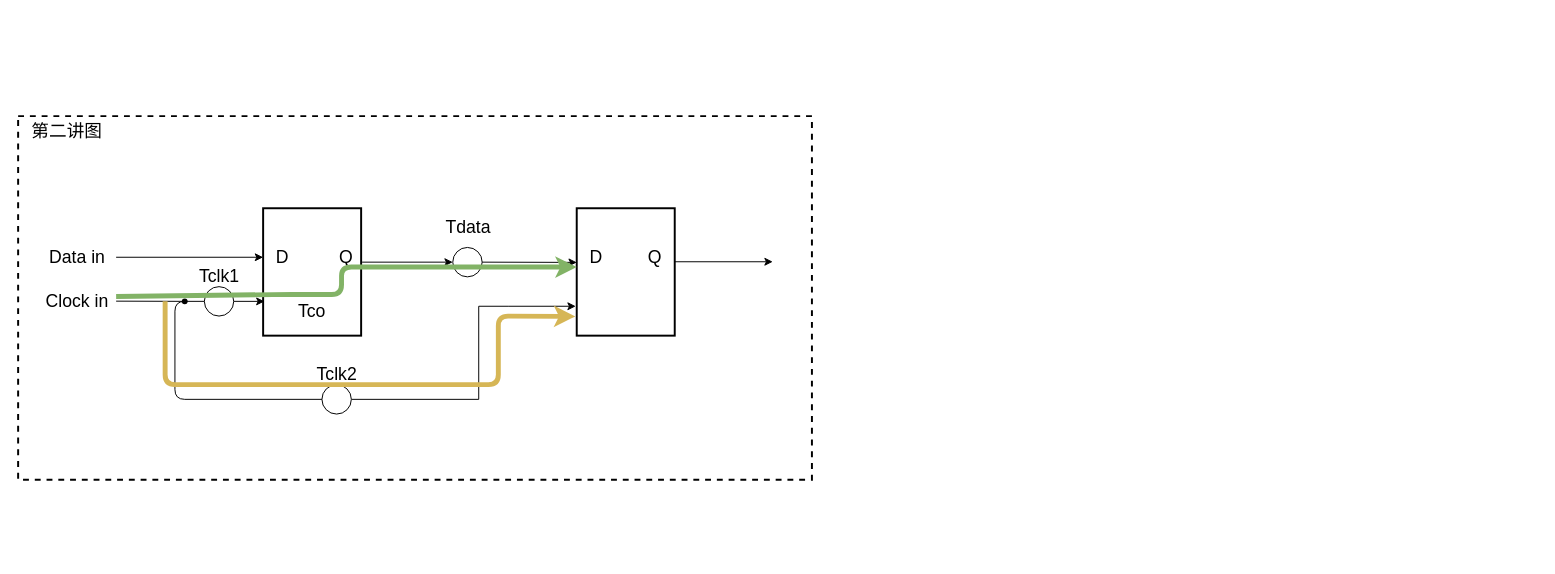
Earlier version of the draw.io diagram FPGA timing constraints .drawio (Katharine-0331/files). Source tidied: cells renumbered, new cells numbered last; positions are measured from the earlier drawing's top-left corner, leaving out a move shared by most shapes. Both pictures are drawn from the tidied source at 98%, with x=0, y=0 at pixel (18, 116).
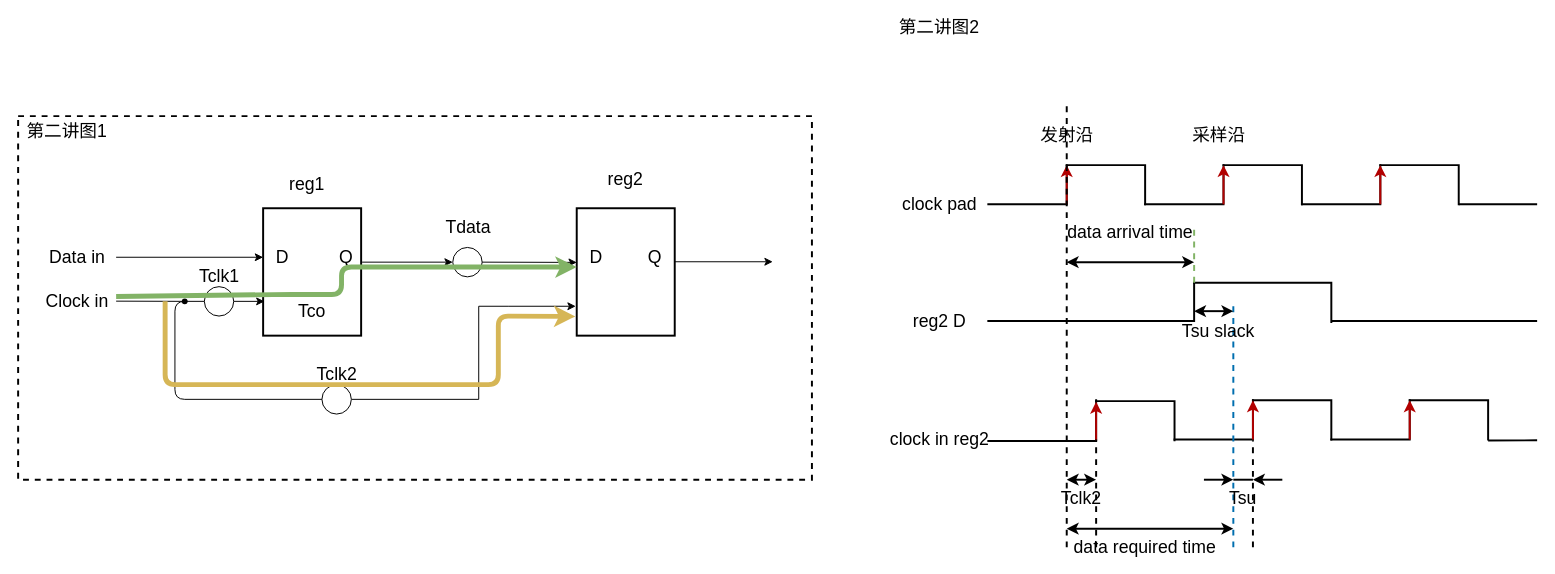
After the change.

The edit, as a diff of the source:
```diff
@@
-    <mxCell id="29" value="第二讲图" style="text;html=1;strokeColor=none;fillColor=none;align=center;verticalAlign=middle;whiteSpace=wrap;rounded=0;dashed=1;fontSize=18;" parent="1" vertex="1">
+    <mxCell id="29" value="第二讲图1" style="text;html=1;strokeColor=none;fillColor=none;align=center;verticalAlign=middle;whiteSpace=wrap;rounded=0;dashed=1;fontSize=18;" parent="1" vertex="1">
       <mxGeometry x="5" y="6" width="90" height="20" as="geometry" />
     </mxCell>
+    <mxCell id="30" value="第二讲图2" style="text;html=1;strokeColor=none;fillColor=none;align=center;verticalAlign=middle;whiteSpace=wrap;rounded=0;dashed=1;fontSize=18;" parent="1" vertex="1">
+      <mxGeometry x="895" y="-100" width="90" height="20" as="geometry" />
+    </mxCell>
+    <mxCell id="31" style="shape=partialRectangle;whiteSpace=wrap;html=1;top=0;left=0;fillColor=none;fontSize=18;strokeWidth=2;" parent="1" vertex="1">
+      <mxGeometry x="990" y="50" width="80" height="40" as="geometry" />
+    </mxCell>
+    <mxCell id="32" style="shape=partialRectangle;whiteSpace=wrap;html=1;bottom=0;right=0;fillColor=none;fontSize=18;strokeWidth=2;flipH=1;" parent="1" vertex="1">
+      <mxGeometry x="1070" y="50" width="80" height="40" as="geometry" />
+    </mxCell>
+    <mxCell id="33" style="shape=partialRectangle;whiteSpace=wrap;html=1;top=0;left=0;fillColor=none;fontSize=18;strokeWidth=2;" parent="1" vertex="1">
+      <mxGeometry x="1150" y="50" width="80" height="40" as="geometry" />
+    </mxCell>
+    <mxCell id="34" style="shape=partialRectangle;whiteSpace=wrap;html=1;top=0;left=0;fillColor=none;fontSize=18;strokeWidth=2;flipV=1;" parent="1" vertex="1">
+      <mxGeometry x="1230" y="50" width="80" height="40" as="geometry" />
+    </mxCell>
+    <mxCell id="35" style="shape=partialRectangle;whiteSpace=wrap;html=1;top=0;left=0;fillColor=none;fontSize=18;strokeWidth=2;" parent="1" vertex="1">
+      <mxGeometry x="1310" y="50" width="80" height="40" as="geometry" />
+    </mxCell>
+    <mxCell id="36" style="shape=partialRectangle;whiteSpace=wrap;html=1;top=0;left=0;fillColor=none;fontSize=18;strokeWidth=2;flipV=1;" parent="1" vertex="1">
+      <mxGeometry x="1390" y="50" width="80" height="40" as="geometry" />
+    </mxCell>
+    <mxCell id="37" style="endArrow=none;html=1;fontSize=18;strokeWidth=2;" parent="1" edge="1">
+      <mxGeometry relative="1" as="geometry">
+        <mxPoint x="1470" y="90" as="sourcePoint" />
+        <mxPoint x="1550" y="90" as="targetPoint" />
+      </mxGeometry>
+    </mxCell>
+    <mxCell id="38" style="shape=partialRectangle;whiteSpace=wrap;html=1;top=0;left=0;fillColor=none;fontSize=18;strokeWidth=2;" parent="1" vertex="1">
+      <mxGeometry x="990" y="290" width="110" height="41.5" as="geometry" />
+    </mxCell>
+    <mxCell id="39" style="shape=partialRectangle;whiteSpace=wrap;html=1;bottom=0;right=0;fillColor=none;fontSize=18;strokeWidth=2;flipH=1;" parent="1" vertex="1">
+      <mxGeometry x="1100" y="290.8" width="80" height="40" as="geometry" />
+    </mxCell>
+    <mxCell id="40" style="shape=partialRectangle;whiteSpace=wrap;html=1;top=0;left=0;fillColor=none;fontSize=18;strokeWidth=2;" parent="1" vertex="1">
+      <mxGeometry x="1180" y="290" width="80" height="40" as="geometry" />
+    </mxCell>
+    <mxCell id="41" style="shape=partialRectangle;whiteSpace=wrap;html=1;top=0;left=0;fillColor=none;fontSize=18;strokeWidth=2;flipV=1;" parent="1" vertex="1">
+      <mxGeometry x="1260" y="290" width="80" height="40" as="geometry" />
+    </mxCell>
+    <mxCell id="42" style="shape=partialRectangle;whiteSpace=wrap;html=1;top=0;left=0;fillColor=none;fontSize=18;strokeWidth=2;" parent="1" vertex="1">
+      <mxGeometry x="1340" y="290" width="80" height="40" as="geometry" />
+    </mxCell>
+    <mxCell id="43" style="shape=partialRectangle;whiteSpace=wrap;html=1;top=0;left=0;fillColor=none;fontSize=18;strokeWidth=2;flipV=1;" parent="1" vertex="1">
+      <mxGeometry x="1420" y="290" width="80" height="40" as="geometry" />
+    </mxCell>
+    <mxCell id="44" style="endArrow=none;html=1;fontSize=18;strokeWidth=2;" parent="1" edge="1">
+      <mxGeometry relative="1" as="geometry">
+        <mxPoint x="1500" y="331" as="sourcePoint" />
+        <mxPoint x="1550" y="330.8" as="targetPoint" />
+      </mxGeometry>
+    </mxCell>
+    <mxCell id="45" style="shape=partialRectangle;whiteSpace=wrap;html=1;top=0;left=0;fillColor=none;fontSize=18;strokeWidth=2;" parent="1" vertex="1">
+      <mxGeometry x="990" y="170" width="210" height="39" as="geometry" />
+    </mxCell>
+    <mxCell id="46" style="shape=partialRectangle;whiteSpace=wrap;html=1;top=0;left=0;fillColor=none;fontSize=18;strokeWidth=2;flipV=1;" parent="1" vertex="1">
+      <mxGeometry x="1200" y="170" width="140" height="40" as="geometry" />
+    </mxCell>
+    <mxCell id="47" style="endArrow=none;html=1;fontSize=18;strokeWidth=2;" parent="1" edge="1">
+      <mxGeometry relative="1" as="geometry">
+        <mxPoint x="1340" y="209" as="sourcePoint" />
+        <mxPoint x="1550" y="209" as="targetPoint" />
+      </mxGeometry>
+    </mxCell>
+    <mxCell id="48" value="clock pad" style="text;html=1;align=center;verticalAlign=middle;strokeColor=none;fontSize=18;" parent="1" vertex="1">
+      <mxGeometry x="895" y="75" width="90" height="30" as="geometry" />
+    </mxCell>
+    <mxCell id="49" value="reg2 D" style="text;html=1;align=center;verticalAlign=middle;strokeColor=none;fontSize=18;" parent="1" vertex="1">
+      <mxGeometry x="905" y="195" width="70" height="30" as="geometry" />
+    </mxCell>
+    <mxCell id="50" value="reg1" style="text;html=1;strokeColor=none;fillColor=none;align=center;verticalAlign=middle;whiteSpace=wrap;rounded=0;fontSize=18;" parent="1" vertex="1">
+      <mxGeometry x="275" y="60" width="40" height="20" as="geometry" />
+    </mxCell>
+    <mxCell id="51" value="reg2" style="text;html=1;strokeColor=none;fillColor=none;align=center;verticalAlign=middle;whiteSpace=wrap;rounded=0;fontSize=18;" parent="1" vertex="1">
+      <mxGeometry x="600" y="55" width="40" height="20" as="geometry" />
+    </mxCell>
+    <mxCell id="52" value="clock in reg2" style="text;html=1;align=center;verticalAlign=middle;strokeColor=none;fontSize=18;" parent="1" vertex="1">
+      <mxGeometry x="880" y="315" width="120" height="30" as="geometry" />
+    </mxCell>
+    <mxCell id="53" style="endArrow=classic;html=1;fontSize=18;strokeWidth=2;entryX=0;entryY=0;entryDx=0;entryDy=0;fillColor=#e51400;strokeColor=#B20000;" parent="1" edge="1" target="32">
+      <mxGeometry relative="1" as="geometry">
+        <mxPoint x="1070" y="90" as="sourcePoint" />
+      </mxGeometry>
+    </mxCell>
+    <mxCell id="54" style="endArrow=classic;html=1;fontSize=18;strokeWidth=2;entryX=0;entryY=0;entryDx=0;entryDy=0;fillColor=#e51400;strokeColor=#B20000;" parent="1" edge="1">
+      <mxGeometry relative="1" as="geometry">
+        <mxPoint x="1230" y="90" as="sourcePoint" />
+        <mxPoint x="1230" y="50" as="targetPoint" />
+        <Array as="points">
+          <mxPoint x="1230" y="90" />
+        </Array>
+      </mxGeometry>
+    </mxCell>
+    <mxCell id="55" style="endArrow=classic;html=1;fontSize=18;strokeWidth=2;entryX=0;entryY=0;entryDx=0;entryDy=0;fillColor=#e51400;strokeColor=#B20000;" parent="1" edge="1">
+      <mxGeometry relative="1" as="geometry">
+        <mxPoint x="1390" y="90" as="sourcePoint" />
+        <mxPoint x="1390" y="50" as="targetPoint" />
+      </mxGeometry>
+    </mxCell>
+    <mxCell id="56" style="endArrow=classic;html=1;fontSize=18;strokeWidth=2;entryX=0;entryY=0;entryDx=0;entryDy=0;fillColor=#e51400;strokeColor=#B20000;" parent="1" edge="1">
+      <mxGeometry relative="1" as="geometry">
+        <mxPoint x="1100" y="331.5" as="sourcePoint" />
+        <mxPoint x="1100" y="291.5" as="targetPoint" />
+      </mxGeometry>
+    </mxCell>
+    <mxCell id="57" style="endArrow=classic;html=1;fontSize=18;strokeWidth=2;entryX=0;entryY=0;entryDx=0;entryDy=0;fillColor=#e51400;strokeColor=#B20000;" parent="1" edge="1">
+      <mxGeometry relative="1" as="geometry">
+        <mxPoint x="1260" y="330" as="sourcePoint" />
+        <mxPoint x="1260" y="290" as="targetPoint" />
+      </mxGeometry>
+    </mxCell>
+    <mxCell id="58" style="endArrow=classic;html=1;fontSize=18;strokeWidth=2;entryX=0;entryY=0;entryDx=0;entryDy=0;fillColor=#e51400;strokeColor=#B20000;" parent="1" edge="1">
+      <mxGeometry relative="1" as="geometry">
+        <mxPoint x="1420" y="330" as="sourcePoint" />
+        <mxPoint x="1420" y="290" as="targetPoint" />
+      </mxGeometry>
+    </mxCell>
+    <mxCell id="59" value="发射沿" style="text;html=1;align=center;verticalAlign=middle;strokeColor=none;fontSize=18;" parent="1" vertex="1">
+      <mxGeometry x="1035" y="5" width="70" height="30" as="geometry" />
+    </mxCell>
+    <mxCell id="60" value="采样沿" style="text;html=1;align=center;verticalAlign=middle;strokeColor=none;fontSize=18;" parent="1" vertex="1">
+      <mxGeometry x="1190" y="5" width="70" height="30" as="geometry" />
+    </mxCell>
+    <mxCell id="61" style="endArrow=none;dashed=1;html=1;fontSize=18;strokeWidth=2;" parent="1" edge="1">
+      <mxGeometry relative="1" as="geometry">
+        <mxPoint x="1070" y="440" as="sourcePoint" />
+        <mxPoint x="1070" y="-10" as="targetPoint" />
+      </mxGeometry>
+    </mxCell>
+    <mxCell id="62" style="endArrow=none;dashed=1;html=1;fontSize=18;strokeWidth=2;" parent="1" edge="1">
+      <mxGeometry relative="1" as="geometry">
+        <mxPoint x="1260" y="440" as="sourcePoint" />
+        <mxPoint x="1260" y="330.8" as="targetPoint" />
+      </mxGeometry>
+    </mxCell>
+    <mxCell id="63" style="endArrow=none;dashed=1;html=1;fontSize=18;strokeWidth=2;fillColor=#1ba1e2;strokeColor=#006EAF;" parent="1" edge="1">
+      <mxGeometry relative="1" as="geometry">
+        <mxPoint x="1240" y="440" as="sourcePoint" />
+        <mxPoint x="1240" y="190" as="targetPoint" />
+      </mxGeometry>
+    </mxCell>
+    <mxCell id="64" style="endArrow=none;dashed=1;html=1;fontSize=18;strokeWidth=2;fillColor=#d5e8d4;strokeColor=#82b366;" parent="1" edge="1">
+      <mxGeometry relative="1" as="geometry">
+        <mxPoint x="1200" y="170" as="sourcePoint" />
+        <mxPoint x="1200" y="110" as="targetPoint" />
+      </mxGeometry>
+    </mxCell>
+    <mxCell id="65" style="endArrow=classic;startArrow=classic;html=1;fontSize=18;strokeWidth=2;" parent="1" edge="1">
+      <mxGeometry relative="1" as="geometry">
+        <mxPoint x="1070" y="149" as="sourcePoint" />
+        <mxPoint x="1200" y="149" as="targetPoint" />
+      </mxGeometry>
+    </mxCell>
+    <mxCell id="66" style="endArrow=classic;startArrow=classic;html=1;fontSize=18;strokeWidth=2;" parent="1" edge="1">
+      <mxGeometry relative="1" as="geometry">
+        <mxPoint x="1200" y="199" as="sourcePoint" />
+        <mxPoint x="1240" y="199" as="targetPoint" />
+      </mxGeometry>
+    </mxCell>
+    <mxCell id="67" style="endArrow=none;dashed=1;html=1;fontSize=18;strokeWidth=2;" parent="1" edge="1">
+      <mxGeometry relative="1" as="geometry">
+        <mxPoint x="1100" y="440" as="sourcePoint" />
+        <mxPoint x="1100" y="330" as="targetPoint" />
+      </mxGeometry>
+    </mxCell>
+    <mxCell id="68" style="endArrow=classic;startArrow=classic;html=1;fontSize=18;strokeWidth=2;" parent="1" edge="1">
+      <mxGeometry relative="1" as="geometry">
+        <mxPoint x="1070" y="371" as="sourcePoint" />
+        <mxPoint x="1100" y="371" as="targetPoint" />
+      </mxGeometry>
+    </mxCell>
+    <mxCell id="69" style="endArrow=classic;html=1;fontSize=18;strokeWidth=2;" parent="1" edge="1">
+      <mxGeometry relative="1" as="geometry">
+        <mxPoint x="1210" y="371" as="sourcePoint" />
+        <mxPoint x="1240" y="371" as="targetPoint" />
+      </mxGeometry>
+    </mxCell>
+    <mxCell id="70" style="endArrow=none;html=1;fontSize=18;strokeWidth=2;" parent="1" edge="1">
+      <mxGeometry relative="1" as="geometry">
+        <mxPoint x="1240" y="371" as="sourcePoint" />
+        <mxPoint x="1260" y="371" as="targetPoint" />
+      </mxGeometry>
+    </mxCell>
+    <mxCell id="71" style="endArrow=classic;html=1;fontSize=18;strokeWidth=2;" parent="1" edge="1">
+      <mxGeometry relative="1" as="geometry">
+        <mxPoint x="1290" y="371" as="sourcePoint" />
+        <mxPoint x="1260" y="371" as="targetPoint" />
+      </mxGeometry>
+    </mxCell>
+    <mxCell id="72" value="data arrival time" style="text;html=1;strokeColor=none;fillColor=none;align=center;verticalAlign=middle;whiteSpace=wrap;rounded=0;fontSize=18;" parent="1" vertex="1">
+      <mxGeometry x="1060" y="109" width="150" height="20" as="geometry" />
+    </mxCell>
+    <mxCell id="73" value="Tsu slack" style="text;html=1;strokeColor=none;fillColor=none;align=center;verticalAlign=middle;whiteSpace=wrap;rounded=0;fontSize=18;" parent="1" vertex="1">
+      <mxGeometry x="1180" y="210" width="90" height="20" as="geometry" />
+    </mxCell>
+    <mxCell id="74" value="Tclk2" style="text;html=1;strokeColor=none;fillColor=none;align=center;verticalAlign=middle;whiteSpace=wrap;rounded=0;fontSize=18;" parent="1" vertex="1">
+      <mxGeometry x="1065" y="380" width="40" height="20" as="geometry" />
+    </mxCell>
+    <mxCell id="75" value="Tsu" style="text;html=1;strokeColor=none;fillColor=none;align=center;verticalAlign=middle;whiteSpace=wrap;rounded=0;fontSize=18;" parent="1" vertex="1">
+      <mxGeometry x="1230" y="380" width="40" height="20" as="geometry" />
+    </mxCell>
+    <mxCell id="76" style="endArrow=classic;startArrow=classic;html=1;fontSize=18;strokeWidth=2;" parent="1" edge="1">
+      <mxGeometry relative="1" as="geometry">
+        <mxPoint x="1070" y="421" as="sourcePoint" />
+        <mxPoint x="1240" y="421" as="targetPoint" />
+      </mxGeometry>
+    </mxCell>
+    <mxCell id="77" value="data required time" style="text;html=1;strokeColor=none;fillColor=none;align=center;verticalAlign=middle;whiteSpace=wrap;rounded=0;fontSize=18;" parent="1" vertex="1">
+      <mxGeometry x="1070" y="430" width="160" height="20" as="geometry" />
+    </mxCell>
```
